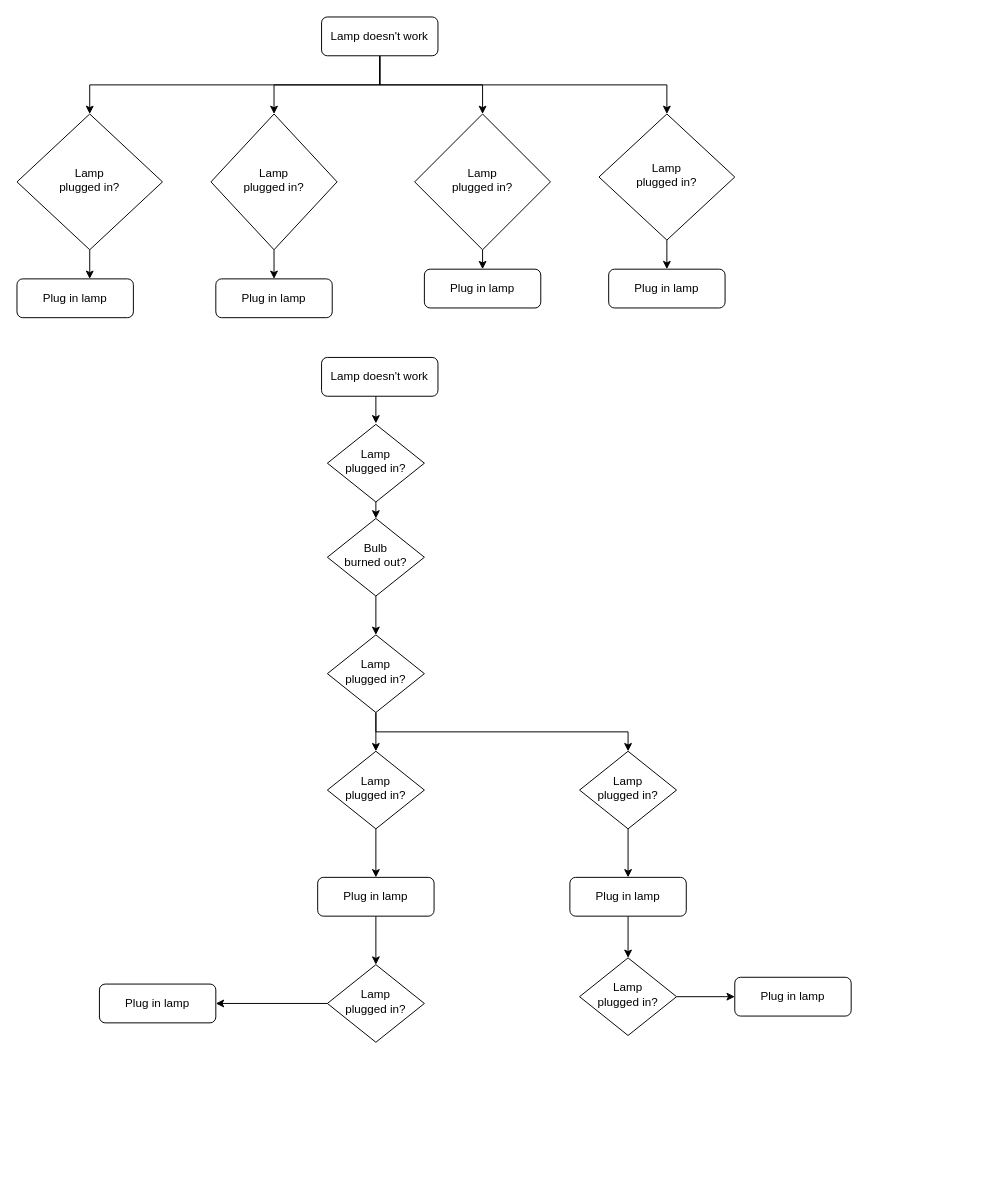
venkat-ninja/venkat-ninja keeps this draw.io diagram as Oauth-flowdiagram.drawio. Above is the earlier version. Source tidied: cells renumbered, new cells numbered last; positions are measured from the earlier drawing's top-left corner, leaving out a move shared by most shapes. Both pictures are drawn from the tidied source at 97%, with x=0, y=0 at pixel (16, 16).
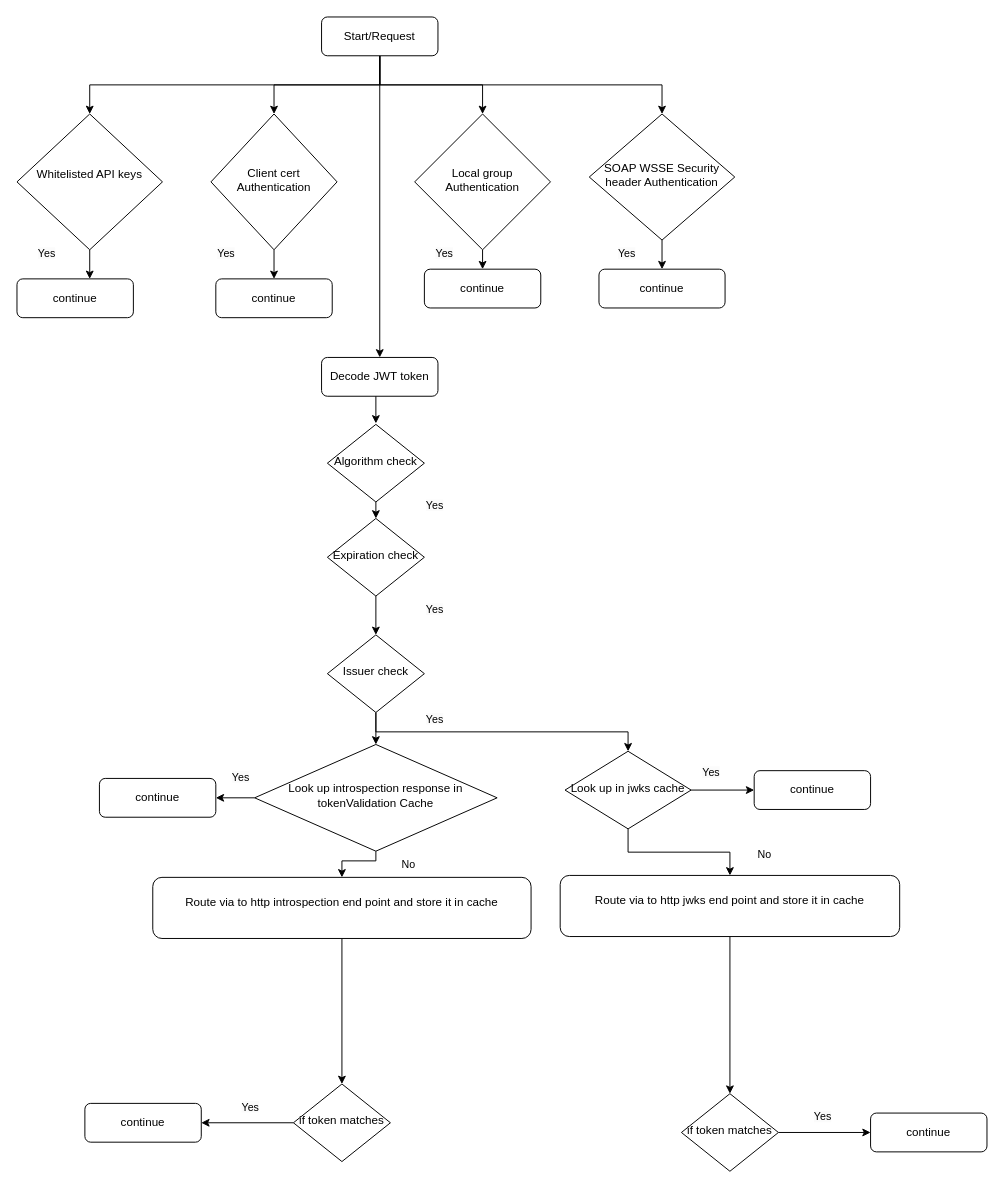
After the change.

What changed in the source:
```diff
@@
-    <mxCell id="3" value="Lamp&lt;br&gt;plugged in?" style="rhombus;whiteSpace=wrap;html=1;shadow=0;fontFamily=Helvetica;fontSize=12;align=center;strokeWidth=1;spacing=6;spacingTop=-4;" parent="1" vertex="1">
+    <mxCell id="3" value="&lt;p style=&quot;line-height: 0; overflow-wrap: break-word; margin: 0px; padding: 0px; border: 0px; font-family: Arial; background-color: rgb(255, 255, 255);&quot;&gt;Whitelisted API keys&lt;/p&gt;&lt;p style=&quot;line-height: 0; overflow-wrap: break-word; margin: 0px; padding: 0px; border: 0px; font-family: Arial; background-color: rgb(255, 255, 255);&quot;&gt;&lt;span style=&quot;cursor: auto;&quot;&gt;&lt;span style=&quot;cursor: auto; line-height: 14px;&quot;&gt;&amp;nbsp;&lt;/span&gt;&lt;/span&gt;&lt;/p&gt;" style="rhombus;whiteSpace=wrap;html=1;shadow=0;fontFamily=Helvetica;fontSize=12;align=center;strokeWidth=1;spacing=6;spacingTop=-4;" parent="1" vertex="1">
       <mxGeometry y="100" width="150" height="140" as="geometry" />
     </mxCell>
@@
-    <mxCell id="5" value="Lamp&lt;br&gt;plugged in?" style="rhombus;whiteSpace=wrap;html=1;shadow=0;fontFamily=Helvetica;fontSize=12;align=center;strokeWidth=1;spacing=6;spacingTop=-4;" parent="1" vertex="1">
+    <mxCell id="5" value="Client cert Authentication" style="rhombus;whiteSpace=wrap;html=1;shadow=0;fontFamily=Helvetica;fontSize=12;align=center;strokeWidth=1;spacing=6;spacingTop=-4;" parent="1" vertex="1">
       <mxGeometry x="200" y="100" width="130" height="140" as="geometry" />
     </mxCell>
@@
-    <mxCell id="7" value="Lamp&lt;br&gt;plugged in?" style="rhombus;whiteSpace=wrap;html=1;shadow=0;fontFamily=Helvetica;fontSize=12;align=center;strokeWidth=1;spacing=6;spacingTop=-4;" parent="1" vertex="1">
+    <mxCell id="7" value="Local group Authentication" style="rhombus;whiteSpace=wrap;html=1;shadow=0;fontFamily=Helvetica;fontSize=12;align=center;strokeWidth=1;spacing=6;spacingTop=-4;" parent="1" vertex="1">
       <mxGeometry x="410" y="100" width="140" height="140" as="geometry" />
     </mxCell>
@@
-    <mxCell id="9" value="Lamp&lt;br&gt;plugged in?" style="rhombus;whiteSpace=wrap;html=1;shadow=0;fontFamily=Helvetica;fontSize=12;align=center;strokeWidth=1;spacing=6;spacingTop=-4;" parent="1" vertex="1">
-      <mxGeometry x="600" y="100" width="140" height="130" as="geometry" />
+    <mxCell id="9" value="SOAP WSSE Security header Authentication" style="rhombus;whiteSpace=wrap;html=1;shadow=0;fontFamily=Helvetica;fontSize=12;align=center;strokeWidth=1;spacing=6;spacingTop=-4;" parent="1" vertex="1">
+      <mxGeometry x="590" y="100" width="150" height="130" as="geometry" />
     </mxCell>
@@
-    <mxCell id="11" value="Lamp&lt;br&gt;plugged in?" style="rhombus;whiteSpace=wrap;html=1;shadow=0;fontFamily=Helvetica;fontSize=12;align=center;strokeWidth=1;spacing=6;spacingTop=-4;" parent="1" vertex="1">
+    <mxCell id="11" value="Algorithm check" style="rhombus;whiteSpace=wrap;html=1;shadow=0;fontFamily=Helvetica;fontSize=12;align=center;strokeWidth=1;spacing=6;spacingTop=-4;" parent="1" vertex="1">
       <mxGeometry x="320" y="420" width="100" height="80" as="geometry" />
     </mxCell>
@@
-    <mxCell id="13" value="Bulb&lt;br&gt;burned out?" style="rhombus;whiteSpace=wrap;html=1;shadow=0;fontFamily=Helvetica;fontSize=12;align=center;strokeWidth=1;spacing=6;spacingTop=-4;" parent="1" vertex="1">
+    <mxCell id="13" value="Expiration check" style="rhombus;whiteSpace=wrap;html=1;shadow=0;fontFamily=Helvetica;fontSize=12;align=center;strokeWidth=1;spacing=6;spacingTop=-4;" parent="1" vertex="1">
       <mxGeometry x="320" y="517" width="100" height="80" as="geometry" />
     </mxCell>
@@
+    <mxCell id="42" style="edgeStyle=orthogonalEdgeStyle;rounded=0;jettySize=auto;html=1;exitX=0.5;exitY=1;exitDx=0;exitDy=0;" parent="1" edge="1" source="18" target="27">
+      <mxGeometry relative="1" as="geometry" />
+    </mxCell>
-    <mxCell id="18" value="Lamp doesn't work" style="rounded=1;whiteSpace=wrap;html=1;fontSize=12;glass=0;strokeWidth=1;shadow=0;" parent="1" vertex="1">
+    <mxCell id="18" value="Start/Request" style="rounded=1;whiteSpace=wrap;html=1;fontSize=12;glass=0;strokeWidth=1;shadow=0;" parent="1" vertex="1">
       <mxGeometry x="314" width="120" height="40" as="geometry" />
     </mxCell>
@@
-    <mxCell id="21" value="Lamp&lt;br&gt;plugged in?" style="rhombus;whiteSpace=wrap;html=1;shadow=0;fontFamily=Helvetica;fontSize=12;align=center;strokeWidth=1;spacing=6;spacingTop=-4;" parent="1" vertex="1">
+    <mxCell id="21" value="Issuer check" style="rhombus;whiteSpace=wrap;html=1;shadow=0;fontFamily=Helvetica;fontSize=12;align=center;strokeWidth=1;spacing=6;spacingTop=-4;" parent="1" vertex="1">
       <mxGeometry x="320" y="637" width="100" height="80" as="geometry" />
     </mxCell>
     <mxCell id="22" style="edgeStyle=orthogonalEdgeStyle;rounded=0;jettySize=auto;html=1;exitX=0.5;exitY=1;exitDx=0;exitDy=0;entryX=0.5;entryY=0;entryDx=0;entryDy=0;" parent="1" edge="1" source="23" target="29">
-      <mxGeometry relative="1" as="geometry" />
+      <mxGeometry relative="1" as="geometry">
+        <Array as="points">
+          <mxPoint x="370" y="870" />
+          <mxPoint x="335" y="870" />
+        </Array>
+      </mxGeometry>
     </mxCell>
+    <mxCell id="43" style="edgeStyle=orthogonalEdgeStyle;rounded=0;jettySize=auto;html=1;exitX=0;exitY=0.5;exitDx=0;exitDy=0;entryX=1;entryY=0.5;entryDx=0;entryDy=0;" parent="1" edge="1" source="23" target="45">
+      <mxGeometry relative="1" as="geometry" />
+    </mxCell>
-    <mxCell id="23" value="Lamp&lt;br&gt;plugged in?" style="rhombus;whiteSpace=wrap;html=1;shadow=0;fontFamily=Helvetica;fontSize=12;align=center;strokeWidth=1;spacing=6;spacingTop=-4;" parent="1" vertex="1">
-      <mxGeometry x="320" y="757" width="100" height="80" as="geometry" />
+    <mxCell id="23" value="Look up introspection response in tokenValidation Cache" style="rhombus;whiteSpace=wrap;html=1;shadow=0;fontFamily=Helvetica;fontSize=12;align=center;strokeWidth=1;spacing=6;spacingTop=-4;" parent="1" vertex="1">
+      <mxGeometry x="245" y="750" width="250" height="110" as="geometry" />
     </mxCell>
@@
-    <mxCell id="25" value="Lamp&lt;br&gt;plugged in?" style="rhombus;whiteSpace=wrap;html=1;shadow=0;fontFamily=Helvetica;fontSize=12;align=center;strokeWidth=1;spacing=6;spacingTop=-4;" parent="1" vertex="1">
-      <mxGeometry x="320" y="977" width="100" height="80" as="geometry" />
+    <mxCell id="25" value="if token matches" style="rhombus;whiteSpace=wrap;html=1;shadow=0;fontFamily=Helvetica;fontSize=12;align=center;strokeWidth=1;spacing=6;spacingTop=-4;" parent="1" vertex="1">
+      <mxGeometry x="285" y="1100" width="100" height="80" as="geometry" />
     </mxCell>
@@
-    <mxCell id="27" value="Lamp doesn't work" style="rounded=1;whiteSpace=wrap;html=1;fontSize=12;glass=0;strokeWidth=1;shadow=0;" parent="1" vertex="1">
+    <mxCell id="27" value="Decode JWT token" style="rounded=1;whiteSpace=wrap;html=1;fontSize=12;glass=0;strokeWidth=1;shadow=0;" parent="1" vertex="1">
       <mxGeometry x="314" y="351" width="120" height="40" as="geometry" />
     </mxCell>
@@
-    <mxCell id="29" value="Plug in lamp" style="rounded=1;whiteSpace=wrap;html=1;fontSize=12;glass=0;strokeWidth=1;shadow=0;" parent="1" vertex="1">
-      <mxGeometry x="310" y="887" width="120" height="40" as="geometry" />
+    <mxCell id="29" value="&lt;p style=&quot;line-height: 0; overflow-wrap: break-word; margin: 0px; padding: 0px; border: 0px; font-family: Arial; background-color: rgb(255, 255, 255);&quot;&gt;Route via to http introspection end point and store it in cache&lt;/p&gt;&lt;p style=&quot;line-height: 0; overflow-wrap: break-word; margin: 0px; padding: 0px; border: 0px; font-family: Arial; background-color: rgb(255, 255, 255);&quot;&gt;&lt;span style=&quot;cursor: auto;&quot;&gt;&lt;span style=&quot;cursor: auto; line-height: 14px;&quot;&gt;&amp;nbsp;&lt;/span&gt;&lt;/span&gt;&lt;/p&gt;" style="rounded=1;whiteSpace=wrap;html=1;fontSize=12;glass=0;strokeWidth=1;shadow=0;" parent="1" vertex="1">
+      <mxGeometry x="140" y="887" width="390" height="63" as="geometry" />
     </mxCell>
-    <mxCell id="30" style="edgeStyle=orthogonalEdgeStyle;rounded=0;jettySize=auto;html=1;exitX=0.5;exitY=1;exitDx=0;exitDy=0;entryX=0.5;entryY=0;entryDx=0;entryDy=0;" parent="1" edge="1" source="31" target="33">
+    <mxCell id="30" style="edgeStyle=orthogonalEdgeStyle;rounded=0;jettySize=auto;html=1;exitX=0.5;exitY=1;exitDx=0;exitDy=0;" parent="1" edge="1" source="31" target="33">
       <mxGeometry relative="1" as="geometry" />
     </mxCell>
+    <mxCell id="44" style="edgeStyle=orthogonalEdgeStyle;rounded=0;jettySize=auto;html=1;exitX=1;exitY=0.5;exitDx=0;exitDy=0;entryX=0;entryY=0.5;entryDx=0;entryDy=0;" parent="1" edge="1" source="31" target="46">
+      <mxGeometry relative="1" as="geometry" />
+    </mxCell>
-    <mxCell id="31" value="Lamp&lt;br&gt;plugged in?" style="rhombus;whiteSpace=wrap;html=1;shadow=0;fontFamily=Helvetica;fontSize=12;align=center;strokeWidth=1;spacing=6;spacingTop=-4;" parent="1" vertex="1">
-      <mxGeometry x="580" y="757" width="100" height="80" as="geometry" />
+    <mxCell id="31" value="Look up in jwks cache" style="rhombus;whiteSpace=wrap;html=1;shadow=0;fontFamily=Helvetica;fontSize=12;align=center;strokeWidth=1;spacing=6;spacingTop=-4;" parent="1" vertex="1">
+      <mxGeometry x="565" y="757" width="130" height="80" as="geometry" />
     </mxCell>
@@
-    <mxCell id="33" value="Plug in lamp" style="rounded=1;whiteSpace=wrap;html=1;fontSize=12;glass=0;strokeWidth=1;shadow=0;" parent="1" vertex="1">
-      <mxGeometry x="570" y="887" width="120" height="40" as="geometry" />
+    <mxCell id="33" value="&lt;p style=&quot;line-height: 0; overflow-wrap: break-word; margin: 0px; padding: 0px; border: 0px; font-family: Arial; background-color: rgb(255, 255, 255);&quot;&gt;Route via to http jwks end point and store it in cache&lt;/p&gt;&lt;p style=&quot;line-height: 0; overflow-wrap: break-word; margin: 0px; padding: 0px; border: 0px; font-family: Arial; background-color: rgb(255, 255, 255);&quot;&gt;&lt;span style=&quot;cursor: auto;&quot;&gt;&lt;span style=&quot;cursor: auto; line-height: 14px;&quot;&gt;&amp;nbsp;&lt;/span&gt;&lt;/span&gt;&lt;/p&gt;" style="rounded=1;whiteSpace=wrap;html=1;fontSize=12;glass=0;strokeWidth=1;shadow=0;" parent="1" vertex="1">
+      <mxGeometry x="560" y="885" width="350" height="63" as="geometry" />
     </mxCell>
@@
-    <mxCell id="35" value="Lamp&lt;br&gt;plugged in?" style="rhombus;whiteSpace=wrap;html=1;shadow=0;fontFamily=Helvetica;fontSize=12;align=center;strokeWidth=1;spacing=6;spacingTop=-4;" parent="1" vertex="1">
-      <mxGeometry x="580" y="970" width="100" height="80" as="geometry" />
+    <mxCell id="35" value="if token matches" style="rhombus;whiteSpace=wrap;html=1;shadow=0;fontFamily=Helvetica;fontSize=12;align=center;strokeWidth=1;spacing=6;spacingTop=-4;" parent="1" vertex="1">
+      <mxGeometry x="685" y="1110" width="100" height="80" as="geometry" />
     </mxCell>
-    <mxCell id="36" value="Plug in lamp" style="rounded=1;whiteSpace=wrap;html=1;fontSize=12;glass=0;strokeWidth=1;shadow=0;" parent="1" vertex="1">
+    <mxCell id="36" value="continue" style="rounded=1;whiteSpace=wrap;html=1;fontSize=12;glass=0;strokeWidth=1;shadow=0;" parent="1" vertex="1">
       <mxGeometry y="270" width="120" height="40" as="geometry" />
     </mxCell>
-    <mxCell id="37" value="Plug in lamp" style="rounded=1;whiteSpace=wrap;html=1;fontSize=12;glass=0;strokeWidth=1;shadow=0;" parent="1" vertex="1">
+    <mxCell id="37" value="continue" style="rounded=1;whiteSpace=wrap;html=1;fontSize=12;glass=0;strokeWidth=1;shadow=0;" parent="1" vertex="1">
       <mxGeometry x="205" y="270" width="120" height="40" as="geometry" />
     </mxCell>
-    <mxCell id="38" value="Plug in lamp" style="rounded=1;whiteSpace=wrap;html=1;fontSize=12;glass=0;strokeWidth=1;shadow=0;" parent="1" vertex="1">
+    <mxCell id="38" value="continue" style="rounded=1;whiteSpace=wrap;html=1;fontSize=12;glass=0;strokeWidth=1;shadow=0;" parent="1" vertex="1">
       <mxGeometry x="420" y="260" width="120" height="40" as="geometry" />
     </mxCell>
-    <mxCell id="39" value="Plug in lamp" style="rounded=1;whiteSpace=wrap;html=1;fontSize=12;glass=0;strokeWidth=1;shadow=0;" parent="1" vertex="1">
-      <mxGeometry x="610" y="260" width="120" height="40" as="geometry" />
+    <mxCell id="39" value="continue" style="rounded=1;whiteSpace=wrap;html=1;fontSize=12;glass=0;strokeWidth=1;shadow=0;" parent="1" vertex="1">
+      <mxGeometry x="600" y="260" width="130" height="40" as="geometry" />
     </mxCell>
-    <mxCell id="40" value="Plug in lamp" style="rounded=1;whiteSpace=wrap;html=1;fontSize=12;glass=0;strokeWidth=1;shadow=0;" parent="1" vertex="1">
-      <mxGeometry x="85" y="997" width="120" height="40" as="geometry" />
+    <mxCell id="40" value="continue" style="rounded=1;whiteSpace=wrap;html=1;fontSize=12;glass=0;strokeWidth=1;shadow=0;" parent="1" vertex="1">
+      <mxGeometry x="70" y="1120" width="120" height="40" as="geometry" />
     </mxCell>
-    <mxCell id="41" value="Plug in lamp" style="rounded=1;whiteSpace=wrap;html=1;fontSize=12;glass=0;strokeWidth=1;shadow=0;" parent="1" vertex="1">
-      <mxGeometry x="740" y="990" width="120" height="40" as="geometry" />
+    <mxCell id="41" value="continue" style="rounded=1;whiteSpace=wrap;html=1;fontSize=12;glass=0;strokeWidth=1;shadow=0;" parent="1" vertex="1">
+      <mxGeometry x="880" y="1130" width="120" height="40" as="geometry" />
     </mxCell>
+    <mxCell id="45" value="continue" style="rounded=1;whiteSpace=wrap;html=1;fontSize=12;glass=0;strokeWidth=1;shadow=0;" parent="1" vertex="1">
+      <mxGeometry x="85" y="785" width="120" height="40" as="geometry" />
+    </mxCell>
+    <mxCell id="46" value="continue" style="rounded=1;whiteSpace=wrap;html=1;fontSize=12;glass=0;strokeWidth=1;shadow=0;" parent="1" vertex="1">
+      <mxGeometry x="760" y="777" width="120" height="40" as="geometry" />
+    </mxCell>
+    <mxCell id="47" value="&lt;span style=&quot;color: rgb(0, 0, 0); font-family: Helvetica; font-size: 11px; font-style: normal; font-variant-ligatures: normal; font-variant-caps: normal; font-weight: 400; letter-spacing: normal; orphans: 2; text-align: center; text-indent: 0px; text-transform: none; widows: 2; word-spacing: 0px; -webkit-text-stroke-width: 0px; background-color: rgb(251, 251, 251); text-decoration-thickness: initial; text-decoration-style: initial; text-decoration-color: initial; float: none; display: inline !important;&quot;&gt;Yes&lt;/span&gt;" style="text;whiteSpace=wrap;html=1;" parent="1" vertex="1">
+      <mxGeometry x="20" y="230" width="25" height="20" as="geometry" />
+    </mxCell>
+    <mxCell id="48" value="&lt;span style=&quot;color: rgb(0, 0, 0); font-family: Helvetica; font-size: 11px; font-style: normal; font-variant-ligatures: normal; font-variant-caps: normal; font-weight: 400; letter-spacing: normal; orphans: 2; text-align: center; text-indent: 0px; text-transform: none; widows: 2; word-spacing: 0px; -webkit-text-stroke-width: 0px; background-color: rgb(251, 251, 251); text-decoration-thickness: initial; text-decoration-style: initial; text-decoration-color: initial; float: none; display: inline !important;&quot;&gt;Yes&lt;/span&gt;" style="text;whiteSpace=wrap;html=1;" parent="1" vertex="1">
+      <mxGeometry x="205" y="230" width="25" height="20" as="geometry" />
+    </mxCell>
+    <mxCell id="49" value="&lt;span style=&quot;color: rgb(0, 0, 0); font-family: Helvetica; font-size: 11px; font-style: normal; font-variant-ligatures: normal; font-variant-caps: normal; font-weight: 400; letter-spacing: normal; orphans: 2; text-align: center; text-indent: 0px; text-transform: none; widows: 2; word-spacing: 0px; -webkit-text-stroke-width: 0px; background-color: rgb(251, 251, 251); text-decoration-thickness: initial; text-decoration-style: initial; text-decoration-color: initial; float: none; display: inline !important;&quot;&gt;Yes&lt;/span&gt;" style="text;whiteSpace=wrap;html=1;" parent="1" vertex="1">
+      <mxGeometry x="430" y="230" width="25" height="20" as="geometry" />
+    </mxCell>
+    <mxCell id="50" value="&lt;span style=&quot;color: rgb(0, 0, 0); font-family: Helvetica; font-size: 11px; font-style: normal; font-variant-ligatures: normal; font-variant-caps: normal; font-weight: 400; letter-spacing: normal; orphans: 2; text-align: center; text-indent: 0px; text-transform: none; widows: 2; word-spacing: 0px; -webkit-text-stroke-width: 0px; background-color: rgb(251, 251, 251); text-decoration-thickness: initial; text-decoration-style: initial; text-decoration-color: initial; float: none; display: inline !important;&quot;&gt;Yes&lt;/span&gt;" style="text;whiteSpace=wrap;html=1;" parent="1" vertex="1">
+      <mxGeometry x="617.5" y="230" width="25" height="20" as="geometry" />
+    </mxCell>
+    <mxCell id="51" value="&lt;span style=&quot;color: rgb(0, 0, 0); font-family: Helvetica; font-size: 11px; font-style: normal; font-variant-ligatures: normal; font-variant-caps: normal; font-weight: 400; letter-spacing: normal; orphans: 2; text-align: center; text-indent: 0px; text-transform: none; widows: 2; word-spacing: 0px; -webkit-text-stroke-width: 0px; background-color: rgb(251, 251, 251); text-decoration-thickness: initial; text-decoration-style: initial; text-decoration-color: initial; float: none; display: inline !important;&quot;&gt;Yes&lt;/span&gt;" style="text;whiteSpace=wrap;html=1;" parent="1" vertex="1">
+      <mxGeometry x="420" y="490" width="25" height="20" as="geometry" />
+    </mxCell>
+    <mxCell id="52" value="&lt;span style=&quot;color: rgb(0, 0, 0); font-family: Helvetica; font-size: 11px; font-style: normal; font-variant-ligatures: normal; font-variant-caps: normal; font-weight: 400; letter-spacing: normal; orphans: 2; text-align: center; text-indent: 0px; text-transform: none; widows: 2; word-spacing: 0px; -webkit-text-stroke-width: 0px; background-color: rgb(251, 251, 251); text-decoration-thickness: initial; text-decoration-style: initial; text-decoration-color: initial; float: none; display: inline !important;&quot;&gt;Yes&lt;/span&gt;" style="text;whiteSpace=wrap;html=1;" parent="1" vertex="1">
+      <mxGeometry x="420" y="597" width="25" height="20" as="geometry" />
+    </mxCell>
+    <mxCell id="53" value="&lt;span style=&quot;color: rgb(0, 0, 0); font-family: Helvetica; font-size: 11px; font-style: normal; font-variant-ligatures: normal; font-variant-caps: normal; font-weight: 400; letter-spacing: normal; orphans: 2; text-align: center; text-indent: 0px; text-transform: none; widows: 2; word-spacing: 0px; -webkit-text-stroke-width: 0px; background-color: rgb(251, 251, 251); text-decoration-thickness: initial; text-decoration-style: initial; text-decoration-color: initial; float: none; display: inline !important;&quot;&gt;Yes&lt;/span&gt;" style="text;whiteSpace=wrap;html=1;" parent="1" vertex="1">
+      <mxGeometry x="420" y="710" width="25" height="20" as="geometry" />
+    </mxCell>
+    <mxCell id="54" value="&lt;span style=&quot;color: rgb(0, 0, 0); font-family: Helvetica; font-size: 11px; font-style: normal; font-variant-ligatures: normal; font-variant-caps: normal; font-weight: 400; letter-spacing: normal; orphans: 2; text-align: center; text-indent: 0px; text-transform: none; widows: 2; word-spacing: 0px; -webkit-text-stroke-width: 0px; background-color: rgb(251, 251, 251); text-decoration-thickness: initial; text-decoration-style: initial; text-decoration-color: initial; float: none; display: inline !important;&quot;&gt;Yes&lt;/span&gt;" style="text;whiteSpace=wrap;html=1;" parent="1" vertex="1">
+      <mxGeometry x="220" y="770" width="25" height="20" as="geometry" />
+    </mxCell>
+    <mxCell id="55" value="&lt;span style=&quot;color: rgb(0, 0, 0); font-family: Helvetica; font-size: 11px; font-style: normal; font-variant-ligatures: normal; font-variant-caps: normal; font-weight: 400; letter-spacing: normal; orphans: 2; text-align: center; text-indent: 0px; text-transform: none; widows: 2; word-spacing: 0px; -webkit-text-stroke-width: 0px; background-color: rgb(251, 251, 251); text-decoration-thickness: initial; text-decoration-style: initial; text-decoration-color: initial; float: none; display: inline !important;&quot;&gt;Yes&lt;/span&gt;" style="text;whiteSpace=wrap;html=1;" parent="1" vertex="1">
+      <mxGeometry x="705" y="765" width="25" height="20" as="geometry" />
+    </mxCell>
+    <mxCell id="56" value="&lt;div style=&quot;text-align: center;&quot;&gt;&lt;span style=&quot;background-color: initial; font-size: 11px;&quot;&gt;No&lt;/span&gt;&lt;/div&gt;" style="text;whiteSpace=wrap;html=1;" parent="1" vertex="1">
+      <mxGeometry x="395" y="860" width="25" height="20" as="geometry" />
+    </mxCell>
+    <mxCell id="57" value="&lt;div style=&quot;text-align: center;&quot;&gt;&lt;span style=&quot;background-color: initial; font-size: 11px;&quot;&gt;No&lt;/span&gt;&lt;/div&gt;" style="text;whiteSpace=wrap;html=1;" parent="1" vertex="1">
+      <mxGeometry x="762" y="850" width="25" height="20" as="geometry" />
+    </mxCell>
+    <mxCell id="58" value="&lt;span style=&quot;color: rgb(0, 0, 0); font-family: Helvetica; font-size: 11px; font-style: normal; font-variant-ligatures: normal; font-variant-caps: normal; font-weight: 400; letter-spacing: normal; orphans: 2; text-align: center; text-indent: 0px; text-transform: none; widows: 2; word-spacing: 0px; -webkit-text-stroke-width: 0px; background-color: rgb(251, 251, 251); text-decoration-thickness: initial; text-decoration-style: initial; text-decoration-color: initial; float: none; display: inline !important;&quot;&gt;Yes&lt;/span&gt;" style="text;whiteSpace=wrap;html=1;" parent="1" vertex="1">
+      <mxGeometry x="230" y="1110" width="25" height="20" as="geometry" />
+    </mxCell>
+    <mxCell id="59" value="&lt;span style=&quot;color: rgb(0, 0, 0); font-family: Helvetica; font-size: 11px; font-style: normal; font-variant-ligatures: normal; font-variant-caps: normal; font-weight: 400; letter-spacing: normal; orphans: 2; text-align: center; text-indent: 0px; text-transform: none; widows: 2; word-spacing: 0px; -webkit-text-stroke-width: 0px; background-color: rgb(251, 251, 251); text-decoration-thickness: initial; text-decoration-style: initial; text-decoration-color: initial; float: none; display: inline !important;&quot;&gt;Yes&lt;/span&gt;" style="text;whiteSpace=wrap;html=1;" parent="1" vertex="1">
+      <mxGeometry x="820" y="1120" width="25" height="20" as="geometry" />
+    </mxCell>
```
